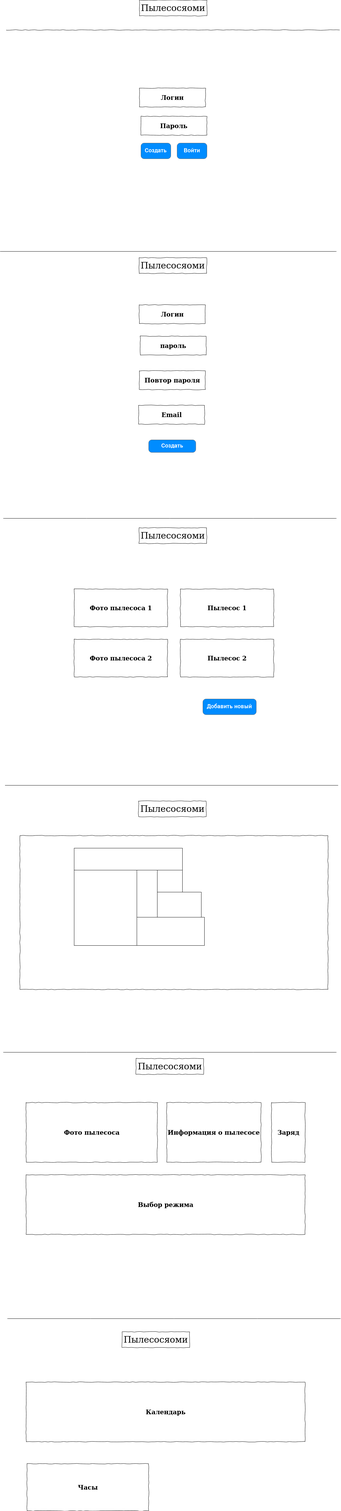
Before: src/interface.png, a diagram exported from draw.io (ValeryBurlakov/HW10SoftwareArch). Source tidied: cells renumbered, new cells last; positions are measured from the earlier drawing's top-left corner, leaving out a move shared by most shapes.
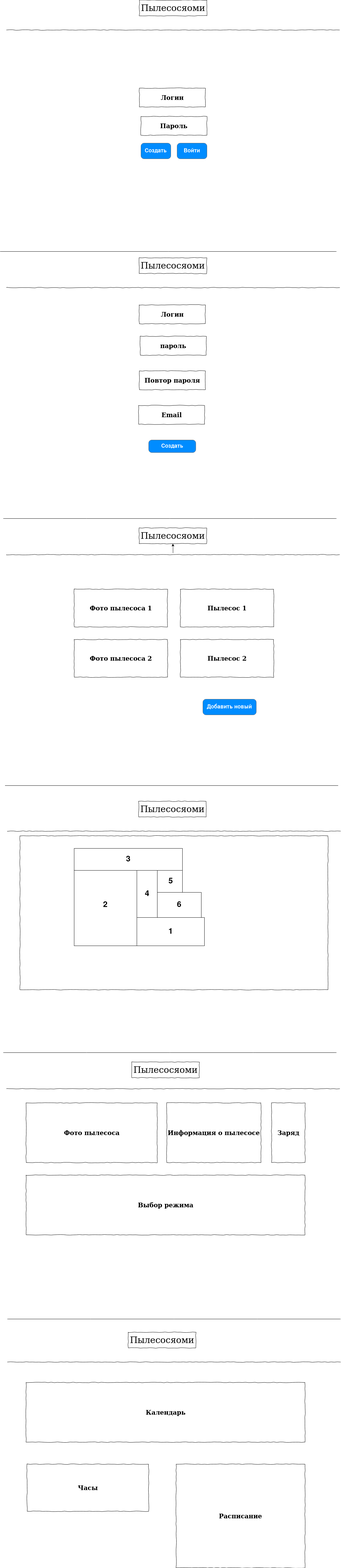
Above is the later version.

What changed in the source:
```diff
@@ -108,7 +108,7 @@
       </mxGeometry>
     </mxCell>
     <mxCell id="33" value="Пылесосяоми" style="whiteSpace=wrap;html=1;rounded=0;shadow=0;labelBackgroundColor=none;strokeWidth=1;fontFamily=Verdana;fontSize=28;align=center;comic=1;" parent="1" vertex="1">
-      <mxGeometry x="432.5" y="3370" width="215" height="50" as="geometry" />
+      <mxGeometry x="418.8" y="3380" width="215" height="50" as="geometry" />
     </mxCell>
     <mxCell id="34" value="&lt;b style=&quot;font-size: 20px;&quot;&gt;Информация о пылесосе&lt;br&gt;&lt;/b&gt;" style="whiteSpace=wrap;html=1;rounded=0;shadow=0;labelBackgroundColor=none;strokeWidth=1;fillColor=none;fontFamily=Verdana;fontSize=12;align=center;comic=1;" parent="1" vertex="1">
       <mxGeometry x="530" y="3510" width="300" height="190" as="geometry" />
@@ -129,10 +129,49 @@
       </mxGeometry>
     </mxCell>
     <mxCell id="39" value="Пылесосяоми" style="whiteSpace=wrap;html=1;rounded=0;shadow=0;labelBackgroundColor=none;strokeWidth=1;fontFamily=Verdana;fontSize=28;align=center;comic=1;" parent="1" vertex="1">
-      <mxGeometry x="388" y="4240" width="215" height="50" as="geometry" />
+      <mxGeometry x="407.5" y="4240" width="215" height="50" as="geometry" />
     </mxCell>
     <mxCell id="40" value="&lt;b style=&quot;font-size: 20px;&quot;&gt;Часы&lt;/b&gt;" style="whiteSpace=wrap;html=1;rounded=0;shadow=0;labelBackgroundColor=none;strokeWidth=1;fillColor=none;fontFamily=Verdana;fontSize=12;align=center;comic=1;" parent="1" vertex="1">
       <mxGeometry x="85.5" y="4660" width="387" height="150" as="geometry" />
     </mxCell>
+    <mxCell id="41" style="line;strokeWidth=1;html=1;rounded=0;shadow=0;labelBackgroundColor=none;fillColor=none;fontFamily=Verdana;fontSize=14;fontColor=#000000;align=center;comic=1;" parent="1" vertex="1">
+      <mxGeometry x="20.5" y="910" width="1060" height="10" as="geometry" />
+    </mxCell>
+    <mxCell id="42" style="edgeStyle=orthogonalEdgeStyle;rounded=0;jettySize=auto;html=1;" parent="1" edge="1" source="43" target="21">
+      <mxGeometry relative="1" as="geometry" />
+    </mxCell>
+    <mxCell id="43" style="line;strokeWidth=1;html=1;rounded=0;shadow=0;labelBackgroundColor=none;fillColor=none;fontFamily=Verdana;fontSize=14;fontColor=#000000;align=center;comic=1;" parent="1" vertex="1">
+      <mxGeometry x="20" y="1760" width="1060" height="10" as="geometry" />
+    </mxCell>
+    <mxCell id="44" value="&lt;b&gt;&lt;font style=&quot;font-size: 25px;&quot;&gt;1&lt;/font&gt;&lt;/b&gt;" style="text;html=1;strokeColor=none;fillColor=none;align=center;verticalAlign=middle;whiteSpace=wrap;rounded=0;" parent="1" vertex="1">
+      <mxGeometry x="512.5" y="2950" width="60" height="30" as="geometry" />
+    </mxCell>
+    <mxCell id="45" value="&lt;font size=&quot;1&quot;&gt;&lt;b style=&quot;font-size: 25px;&quot;&gt;2&lt;/b&gt;&lt;/font&gt;" style="text;html=1;strokeColor=none;fillColor=none;align=center;verticalAlign=middle;whiteSpace=wrap;rounded=0;" parent="1" vertex="1">
+      <mxGeometry x="305.2" y="2865" width="60" height="30" as="geometry" />
+    </mxCell>
+    <mxCell id="46" value="&lt;font size=&quot;1&quot;&gt;&lt;b style=&quot;font-size: 25px;&quot;&gt;3&lt;/b&gt;&lt;/font&gt;" style="text;html=1;strokeColor=none;fillColor=none;align=center;verticalAlign=middle;whiteSpace=wrap;rounded=0;" parent="1" vertex="1">
+      <mxGeometry x="377.8" y="2720" width="60" height="30" as="geometry" />
+    </mxCell>
+    <mxCell id="47" value="&lt;font size=&quot;1&quot;&gt;&lt;b style=&quot;font-size: 25px;&quot;&gt;4&lt;/b&gt;&lt;/font&gt;" style="text;html=1;strokeColor=none;fillColor=none;align=center;verticalAlign=middle;whiteSpace=wrap;rounded=0;" parent="1" vertex="1">
+      <mxGeometry x="437.5" y="2830" width="60" height="30" as="geometry" />
+    </mxCell>
+    <mxCell id="48" value="&lt;font size=&quot;1&quot;&gt;&lt;b style=&quot;font-size: 25px;&quot;&gt;5&lt;/b&gt;&lt;/font&gt;" style="text;html=1;strokeColor=none;fillColor=none;align=center;verticalAlign=middle;whiteSpace=wrap;rounded=0;" parent="1" vertex="1">
+      <mxGeometry x="512.5" y="2790" width="60" height="30" as="geometry" />
+    </mxCell>
+    <mxCell id="49" value="&lt;font size=&quot;1&quot;&gt;&lt;b style=&quot;font-size: 25px;&quot;&gt;6&lt;/b&gt;&lt;/font&gt;" style="text;html=1;strokeColor=none;fillColor=none;align=center;verticalAlign=middle;whiteSpace=wrap;rounded=0;" parent="1" vertex="1">
+      <mxGeometry x="540" y="2865" width="60" height="30" as="geometry" />
+    </mxCell>
+    <mxCell id="50" style="line;strokeWidth=1;html=1;rounded=0;shadow=0;labelBackgroundColor=none;fillColor=none;fontFamily=Verdana;fontSize=14;fontColor=#000000;align=center;comic=1;" parent="1" vertex="1">
+      <mxGeometry x="23" y="2640" width="1060" height="10" as="geometry" />
+    </mxCell>
+    <mxCell id="51" style="line;strokeWidth=1;html=1;rounded=0;shadow=0;labelBackgroundColor=none;fillColor=none;fontFamily=Verdana;fontSize=14;fontColor=#000000;align=center;comic=1;" parent="1" vertex="1">
+      <mxGeometry x="20.5" y="3460" width="1060" height="10" as="geometry" />
+    </mxCell>
+    <mxCell id="52" style="line;strokeWidth=1;html=1;rounded=0;shadow=0;labelBackgroundColor=none;fillColor=none;fontFamily=Verdana;fontSize=14;fontColor=#000000;align=center;comic=1;" parent="1" vertex="1">
+      <mxGeometry x="23" y="4330" width="1060" height="10" as="geometry" />
+    </mxCell>
+    <mxCell id="53" value="&lt;font size=&quot;1&quot;&gt;&lt;b style=&quot;font-size: 20px;&quot;&gt;Расписание&lt;/b&gt;&lt;/font&gt;" style="whiteSpace=wrap;html=1;rounded=0;shadow=0;labelBackgroundColor=none;strokeWidth=1;fillColor=none;fontFamily=Verdana;fontSize=12;align=center;comic=1;" parent="1" vertex="1">
+      <mxGeometry x="560" y="4660" width="410" height="330" as="geometry" />
+    </mxCell>
   </root>
 </mxGraphModel>
```
